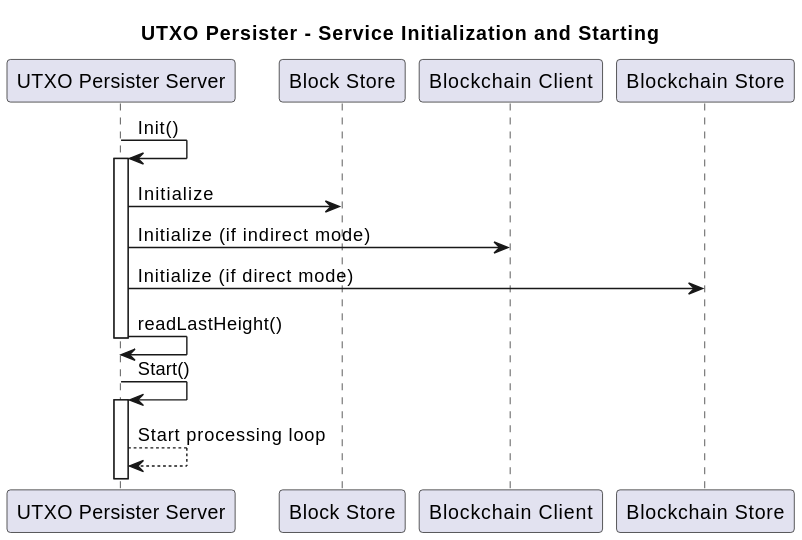
Before: docs/services/img/plantuml/utxopersister/utxo_persister_initialization.svg, a diagram exported from PlantUML (freemans13/teranode). Its diagram source:
```plantuml
@startuml
title UTXO Persister - Service Initialization and Starting

participant "UTXO Persister Server" as Server
participant "Block Store" as BlockStore
participant "Blockchain Client" as BlockchainClient
participant "Blockchain Store" as BlockchainStore

Server -> Server : Init()
activate Server

Server -> BlockStore : Initialize
Server -> BlockchainClient : Initialize (if indirect mode)
Server -> BlockchainStore : Initialize (if direct mode)
Server -> Server : readLastHeight()

deactivate Server

Server -> Server : Start()
activate Server
Server --> Server : Start processing loop
@enduml
```
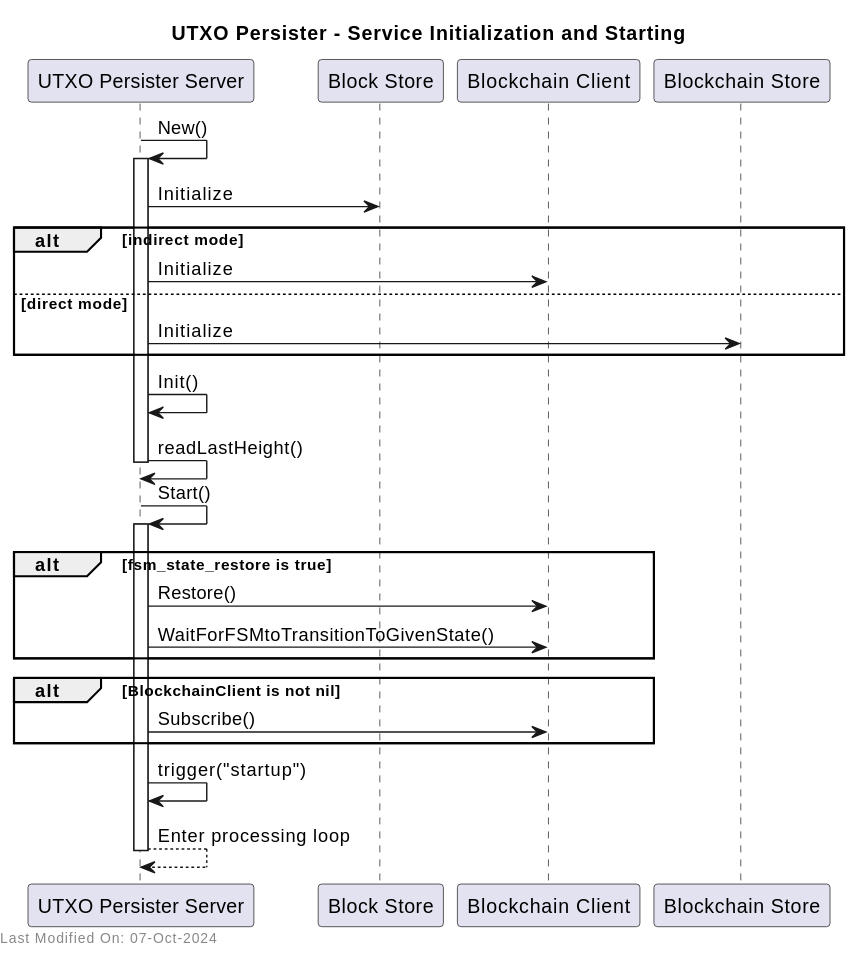
The same file after the commit.

Diff of the diagram source:
```diff
@@ -6,17 +6,37 @@
 participant "Blockchain Client" as BlockchainClient
 participant "Blockchain Store" as BlockchainStore
 
-Server -> Server : Init()
+Server -> Server : New()
 activate Server
 
 Server -> BlockStore : Initialize
-Server -> BlockchainClient : Initialize (if indirect mode)
-Server -> BlockchainStore : Initialize (if direct mode)
+alt indirect mode
+    Server -> BlockchainClient : Initialize
+else direct mode
+    Server -> BlockchainStore : Initialize
+end
+
+Server -> Server : Init()
 Server -> Server : readLastHeight()
 
 deactivate Server
 
 Server -> Server : Start()
 activate Server
-Server --> Server : Start processing loop
+
+alt fsm_state_restore is true
+    Server -> BlockchainClient : Restore()
+    Server -> BlockchainClient : WaitForFSMtoTransitionToGivenState()
+end
+
+alt BlockchainClient is not nil
+    Server -> BlockchainClient : Subscribe()
+end
+
+Server -> Server : trigger("startup")
+Server --> Server : Enter processing loop
+
+deactivate Server
+
+left footer Last Modified On: %date("dd-MMM-yyyy")
 @enduml
```
